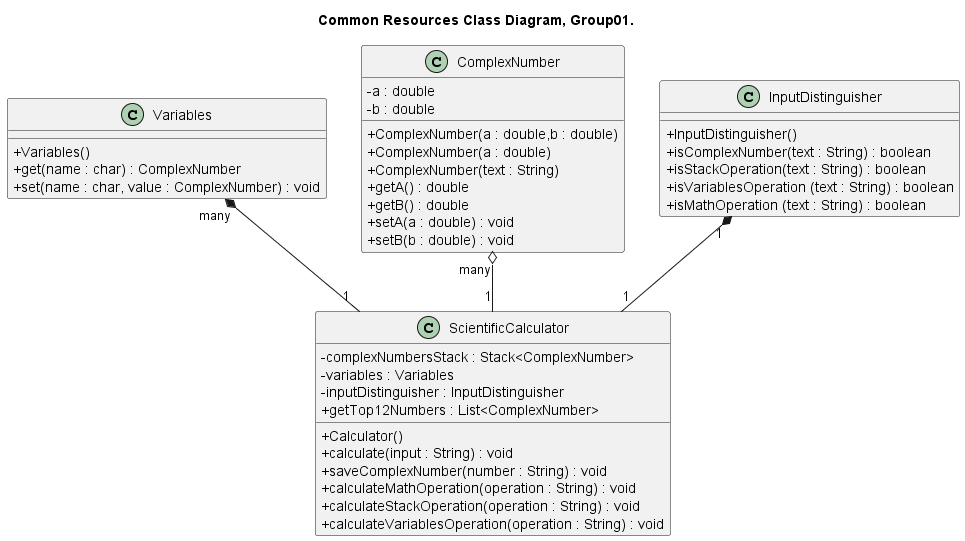
CiroCutolo/Scientific_Calculator_group01_2023 keeps this PlantUML diagram as class_diagram/ClassDiagramsGraphicalView/Common Resources ClassDiagram, Group01..png. Above is the earlier version.
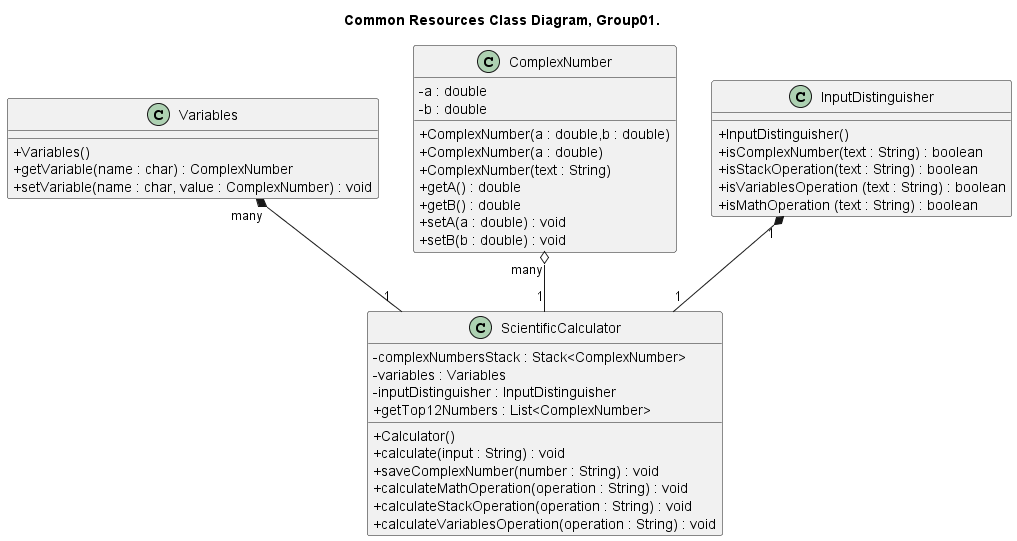
The same file after the commit.

Commit message:
Caricamento immagini aggiornate

Diff of the diagram source:
```diff
@@ -5,8 +5,8 @@
 skinparam ClassAttributeIconSize 0
 class Variables{
     + Variables()
-    + get(name : char) : ComplexNumber
-    + set(name : char, value : ComplexNumber) : void
+    + getVariable(name : char) : ComplexNumber
+    + setVariable(name : char, value : ComplexNumber) : void
 }
 
 class ComplexNumber{
```
